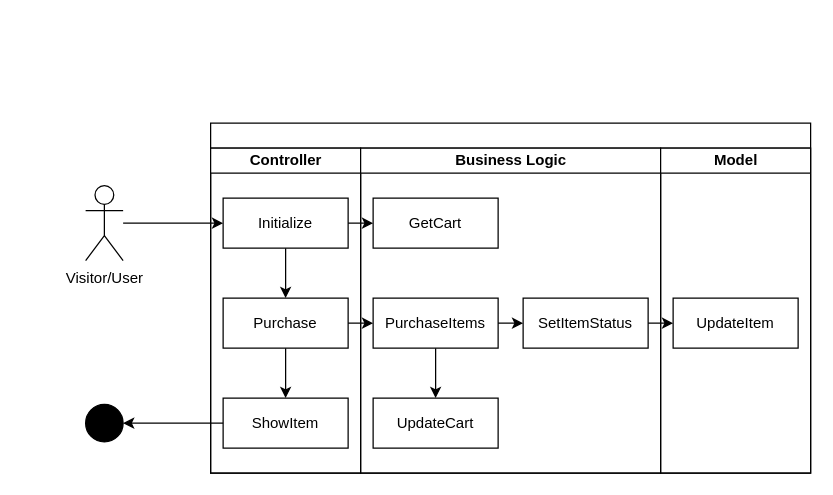
Before: diagrams/ASD/PurchaseShoppingcart.drawio in JochemGrootherder/educom-webshop-runtime-records, a draw.io diagram. Source tidied: cells renumbered, new cells numbered last; positions are measured from the earlier drawing's top-left corner, leaving out a move shared by most shapes. Both pictures are drawn from the tidied source at 125%, with x=0, y=0 at pixel (85, 122).
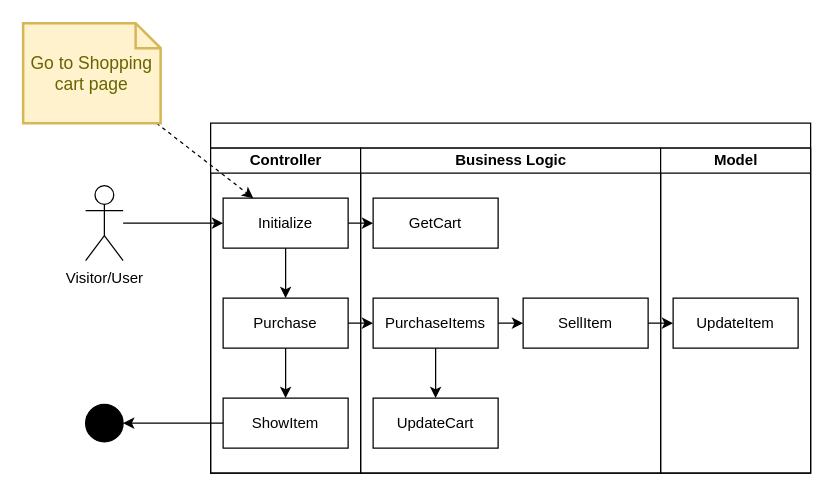
The same diagram, later.

The change refers to these unchanged cells:
```xml
<mxCell id="5" value="Initialize" style="rounded=0;whiteSpace=wrap;html=1;" parent="3" vertex="1">
  <mxGeometry x="10" y="40" width="100" height="40" as="geometry" />
</mxCell>
<mxCell id="9" value="Business Logic" style="swimlane;startSize=20;html=1;" parent="2" vertex="1">
  <mxGeometry x="120" y="20" width="240" height="260" as="geometry" />
</mxCell>
```

Change to the diagram source:
```diff
@@
-    <mxCell id="13" value="SetItemStatus" style="rounded=0;whiteSpace=wrap;html=1;" parent="9" vertex="1">
+    <mxCell id="13" value="SellItem" style="rounded=0;whiteSpace=wrap;html=1;" parent="9" vertex="1">
       <mxGeometry x="130" y="120" width="100" height="40" as="geometry" />
     </mxCell>
@@
+    <mxCell id="25" style="edgeStyle=none;html=1;dashed=1;" parent="1" edge="1" source="26" target="5">
+      <mxGeometry relative="1" as="geometry" />
+    </mxCell>
+    <mxCell id="26" value="Go to Shopping cart page" style="shape=note;strokeWidth=2;fontSize=14;size=20;whiteSpace=wrap;html=1;fillColor=#fff2cc;strokeColor=#d6b656;fontColor=#666600;" parent="1" vertex="1">
+      <mxGeometry x="-50" y="-80" width="110" height="80" as="geometry" />
+    </mxCell>
```
